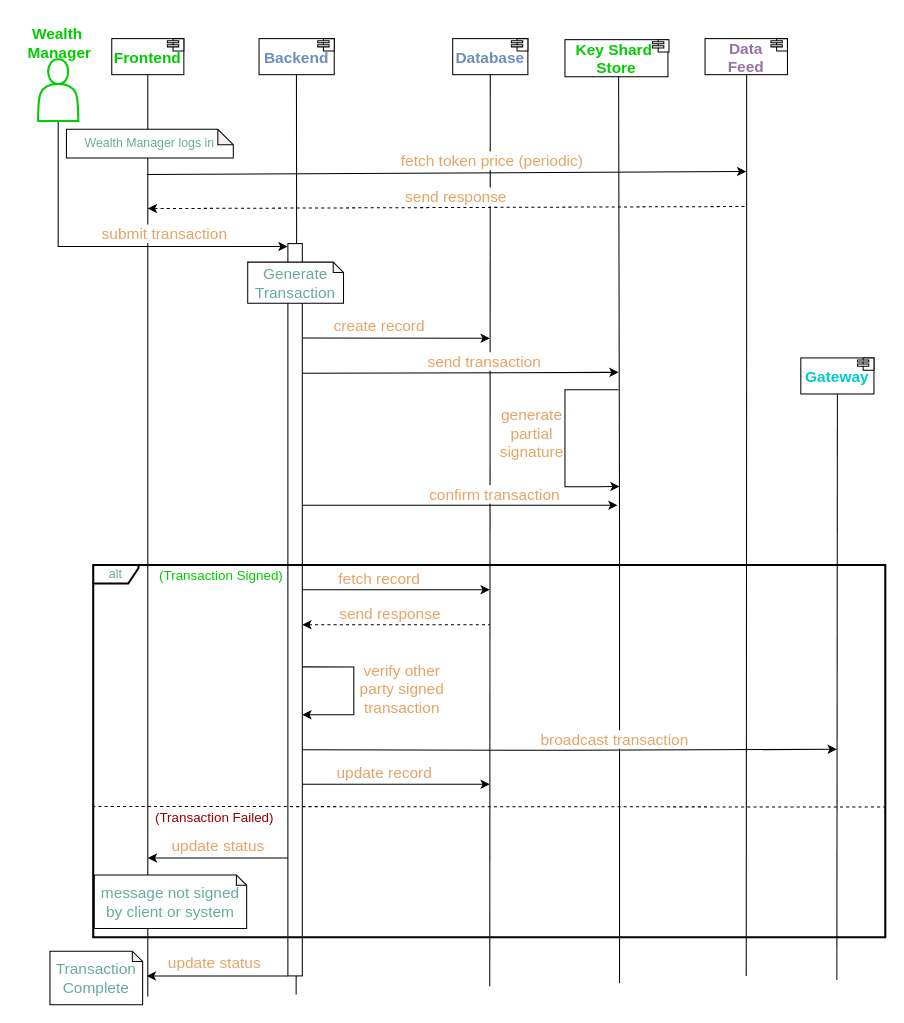
Before: page "txn" (2 of 13) of drawio-diagrams/wallet_architecture.drawio in dlt-science/crypto-mpc-wallet-bloom, a draw.io diagram. Source tidied: cells renumbered, new cells numbered last; positions are measured from the earlier drawing's top-left corner, leaving out a move shared by most shapes. Both pictures are drawn from the tidied source at 103%, with x=0, y=0 at pixel (18, 18).
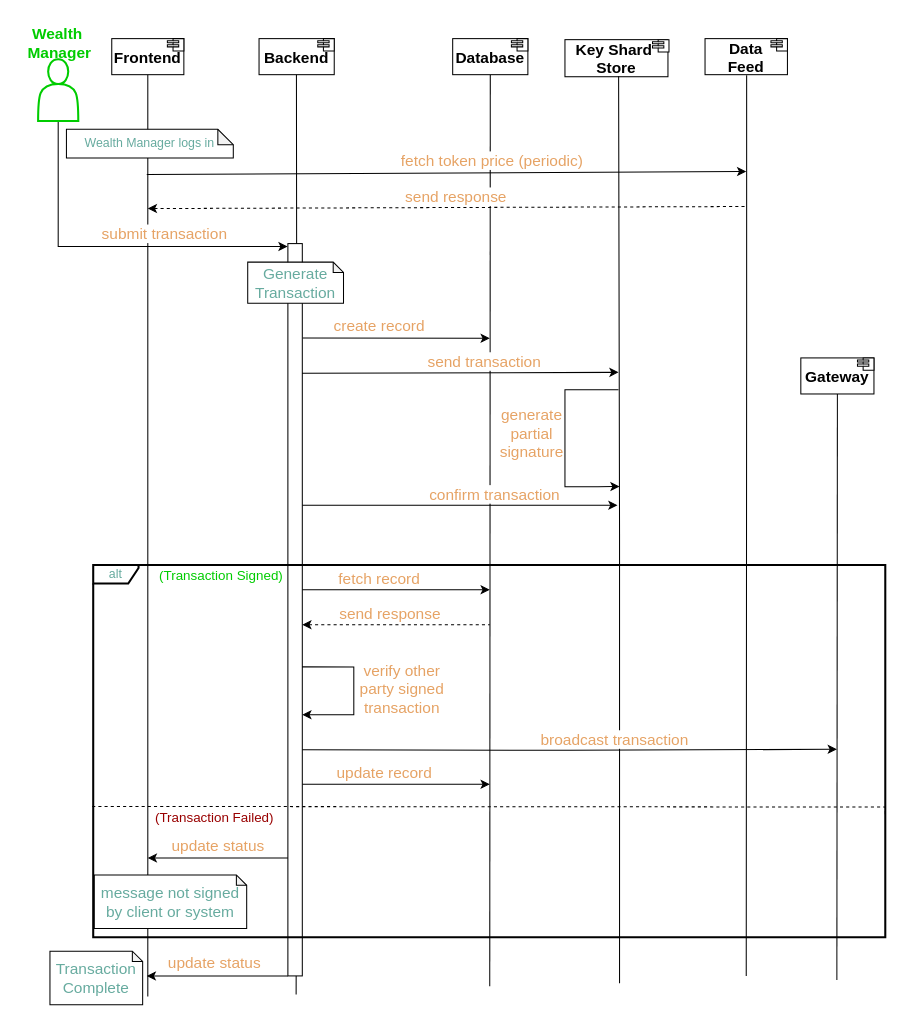
After the change.

What changed in the source:
```diff
@@
-    <mxCell id="2" value="&lt;div&gt;&lt;span style=&quot;font-size: 15px; background-color: initial;&quot;&gt;&lt;b&gt;&lt;font color=&quot;#00cc00&quot;&gt;Key Shard&amp;nbsp;&lt;/font&gt;&lt;/b&gt;&lt;/span&gt;&lt;/div&gt;&lt;div&gt;&lt;span style=&quot;font-size: 15px; background-color: initial;&quot;&gt;&lt;b&gt;&lt;font color=&quot;#00cc00&quot;&gt;Store&lt;/font&gt;&lt;/b&gt;&lt;/span&gt;&lt;/div&gt;" style="rounded=0;whiteSpace=wrap;html=1;" parent="1" vertex="1">
+    <mxCell id="2" value="&lt;div&gt;&lt;span style=&quot;font-size: 15px; background-color: initial;&quot;&gt;&lt;b&gt;Key Shard&amp;nbsp;&lt;/b&gt;&lt;/span&gt;&lt;/div&gt;&lt;div&gt;&lt;span style=&quot;font-size: 15px; background-color: initial;&quot;&gt;&lt;b&gt;Store&lt;/b&gt;&lt;/span&gt;&lt;/div&gt;" style="rounded=0;whiteSpace=wrap;html=1;" parent="1" vertex="1">
       <mxGeometry x="531" y="21" width="100" height="36" as="geometry" />
     </mxCell>
-    <mxCell id="3" value="&lt;font color=&quot;#00cccc&quot; style=&quot;font-size: 15px;&quot;&gt;&lt;b style=&quot;&quot;&gt;Gateway&lt;/b&gt;&lt;/font&gt;" style="rounded=0;whiteSpace=wrap;html=1;" parent="1" vertex="1">
+    <mxCell id="3" value="&lt;font style=&quot;font-size: 15px;&quot;&gt;&lt;b style=&quot;&quot;&gt;Gateway&lt;/b&gt;&lt;/font&gt;" style="rounded=0;whiteSpace=wrap;html=1;" parent="1" vertex="1">
       <mxGeometry x="760" y="330" width="71" height="35" as="geometry" />
     </mxCell>
-    <mxCell id="4" value="&lt;span style=&quot;font-size: 15px;&quot;&gt;&lt;b&gt;&lt;font color=&quot;#9673a6&quot;&gt;Data&lt;/font&gt;&lt;/b&gt;&lt;/span&gt;&lt;div&gt;&lt;span style=&quot;font-size: 15px;&quot;&gt;&lt;b&gt;&lt;font color=&quot;#9673a6&quot;&gt;Feed&lt;/font&gt;&lt;/b&gt;&lt;/span&gt;&lt;/div&gt;" style="rounded=0;whiteSpace=wrap;html=1;" parent="1" vertex="1">
+    <mxCell id="4" value="&lt;span style=&quot;font-size: 15px;&quot;&gt;&lt;b&gt;Data&lt;/b&gt;&lt;/span&gt;&lt;div&gt;&lt;span style=&quot;font-size: 15px;&quot;&gt;&lt;b&gt;Feed&lt;/b&gt;&lt;/span&gt;&lt;/div&gt;" style="rounded=0;whiteSpace=wrap;html=1;" parent="1" vertex="1">
       <mxGeometry x="667" y="20" width="80" height="35" as="geometry" />
     </mxCell>
-    <mxCell id="5" value="&lt;font color=&quot;#6c8ebf&quot; style=&quot;font-size: 15px;&quot;&gt;&lt;b&gt;Backend&lt;/b&gt;&lt;/font&gt;" style="rounded=0;whiteSpace=wrap;html=1;" parent="1" vertex="1">
+    <mxCell id="5" value="&lt;font style=&quot;font-size: 15px;&quot;&gt;&lt;b style=&quot;&quot;&gt;Backend&lt;/b&gt;&lt;/font&gt;" style="rounded=0;whiteSpace=wrap;html=1;" parent="1" vertex="1">
       <mxGeometry x="234" y="20" width="73" height="35" as="geometry" />
     </mxCell>
@@
-    <mxCell id="7" value="&lt;font color=&quot;#00cc00&quot; style=&quot;font-size: 15px;&quot;&gt;&lt;b style=&quot;&quot;&gt;Frontend&lt;/b&gt;&lt;/font&gt;" style="rounded=0;whiteSpace=wrap;html=1;" parent="1" vertex="1">
+    <mxCell id="7" value="&lt;font style=&quot;font-size: 15px;&quot;&gt;&lt;b style=&quot;&quot;&gt;Frontend&lt;/b&gt;&lt;/font&gt;" style="rounded=0;whiteSpace=wrap;html=1;" parent="1" vertex="1">
       <mxGeometry x="91" y="20" width="70" height="35" as="geometry" />
     </mxCell>
@@
-    <mxCell id="55" value="&lt;font color=&quot;#6c8ebf&quot; style=&quot;font-size: 15px;&quot;&gt;&lt;b&gt;Database&lt;/b&gt;&lt;/font&gt;" style="rounded=0;whiteSpace=wrap;html=1;" parent="1" vertex="1">
+    <mxCell id="55" value="&lt;font style=&quot;font-size: 15px;&quot;&gt;&lt;b style=&quot;&quot;&gt;Database&lt;/b&gt;&lt;/font&gt;" style="rounded=0;whiteSpace=wrap;html=1;" parent="1" vertex="1">
       <mxGeometry x="422" y="20" width="73" height="35" as="geometry" />
     </mxCell>
```
